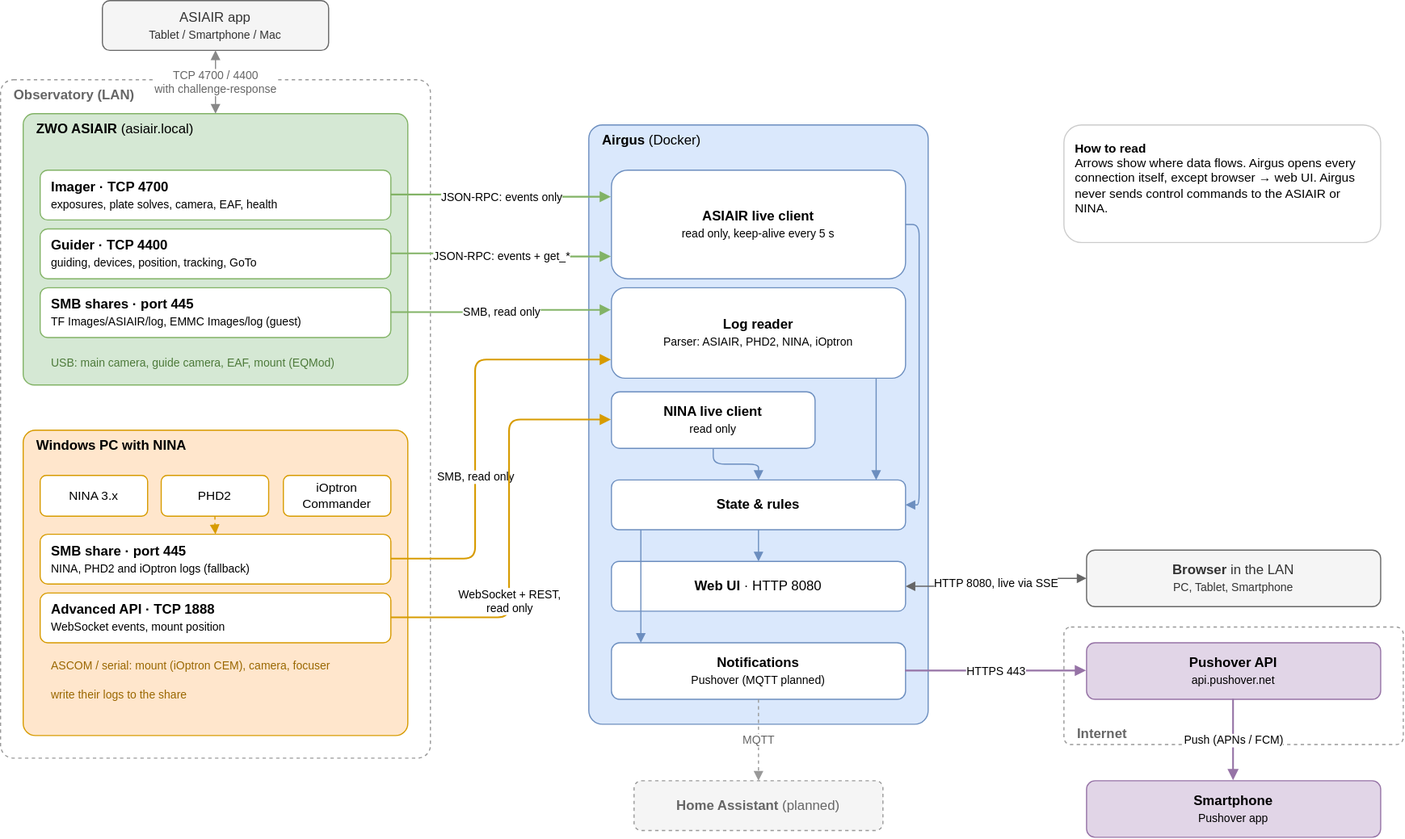
This is docs/airgus-connections.drawio.svg from Trickx/Airgus, a draw.io export, as it was before one commit. Source tidied: cells renumbered, new cells last; positions are measured from the earlier drawing's top-left corner, leaving out a move shared by most shapes.
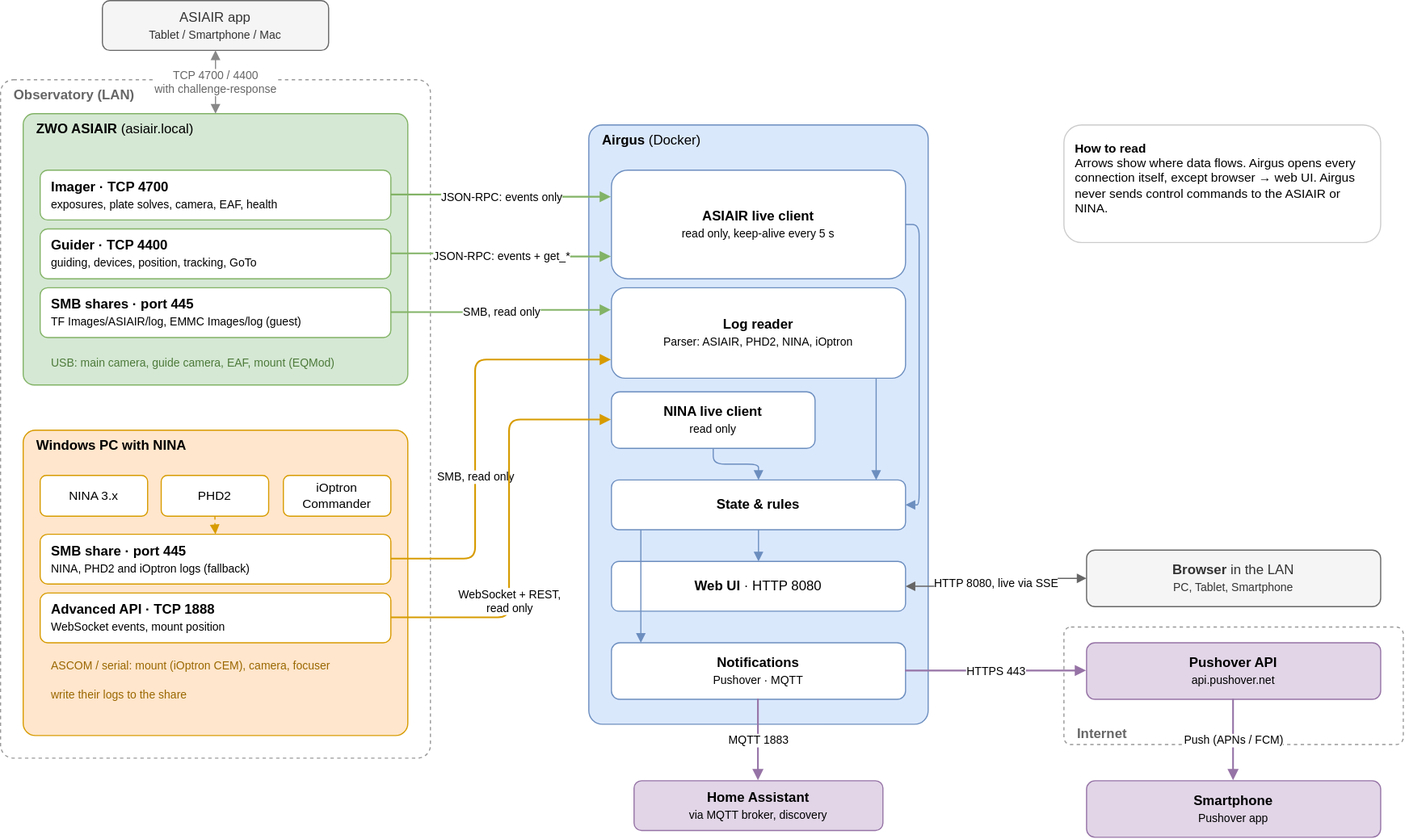
After the commit.

Commit message:
Home Assistant via MQTT discovery, example dashboard

Change to the diagram source:
```diff
@@ -65,7 +65,7 @@
     <mxCell id="22" value="&lt;b&gt;Web UI&lt;/b&gt; · HTTP 8080" style="rounded=1;whiteSpace=wrap;html=1;fillColor=#ffffff;strokeColor=#6c8ebf;" parent="1" vertex="1">
       <mxGeometry x="540" y="496" width="260" height="44" as="geometry" />
     </mxCell>
-    <mxCell id="23" value="&lt;b&gt;Notifications&lt;/b&gt;&lt;br&gt;&lt;font style=&quot;font-size:10px&quot;&gt;Pushover (MQTT planned)&lt;/font&gt;" style="rounded=1;whiteSpace=wrap;html=1;fillColor=#ffffff;strokeColor=#6c8ebf;" parent="1" vertex="1">
+    <mxCell id="23" value="&lt;b&gt;Notifications&lt;/b&gt;&lt;br&gt;&lt;font style=&quot;font-size:10px&quot;&gt;Pushover · MQTT&lt;/font&gt;" style="rounded=1;whiteSpace=wrap;html=1;fillColor=#ffffff;strokeColor=#6c8ebf;" parent="1" vertex="1">
       <mxGeometry x="540" y="568" width="260" height="50" as="geometry" />
     </mxCell>
     <mxCell id="24" value="&lt;b&gt;How to read&lt;/b&gt;&lt;br&gt;Arrows show where data flows. Airgus opens every connection itself, except browser → web UI. Airgus never sends control commands to the ASIAIR or NINA." style="rounded=1;whiteSpace=wrap;html=1;fillColor=#ffffff;strokeColor=#cccccc;fontSize=11;align=left;verticalAlign=top;spacing=10;" parent="1" vertex="1">
@@ -83,7 +83,7 @@
     <mxCell id="28" value="&lt;b&gt;Smartphone&lt;/b&gt;&lt;br&gt;&lt;font style=&quot;font-size:10px&quot;&gt;Pushover app&lt;/font&gt;" style="rounded=1;whiteSpace=wrap;html=1;fillColor=#e1d5e7;strokeColor=#9673a6;" parent="1" vertex="1">
       <mxGeometry x="960" y="690" width="260" height="50" as="geometry" />
     </mxCell>
-    <mxCell id="29" value="&lt;b&gt;Home Assistant&lt;/b&gt; (planned)" style="rounded=1;whiteSpace=wrap;html=1;fillColor=#f5f5f5;strokeColor=#999999;fontColor=#666666;dashed=1;" parent="1" vertex="1">
+    <mxCell id="29" value="&lt;b&gt;Home Assistant&lt;/b&gt;&lt;br&gt;&lt;font style=&quot;font-size:10px&quot;&gt;via MQTT broker, discovery&lt;/font&gt;" style="rounded=1;whiteSpace=wrap;html=1;fillColor=#e1d5e7;strokeColor=#9673a6;" parent="1" vertex="1">
       <mxGeometry x="560" y="690" width="220" height="44" as="geometry" />
     </mxCell>
     <mxCell id="30" value="TCP 4700 / 4400&lt;br&gt;with challenge-response" style="edgeStyle=orthogonalEdgeStyle;html=1;endArrow=block;startArrow=block;strokeColor=#888888;fontSize=10;fontColor=#666666;labelBackgroundColor=#ffffff;" parent="1" edge="1" source="3" target="4">
@@ -146,7 +146,7 @@
     <mxCell id="44" value="Push (APNs / FCM)" style="edgeStyle=orthogonalEdgeStyle;html=1;endArrow=block;strokeColor=#9673a6;strokeWidth=1.5;fontSize=10;labelBackgroundColor=#ffffff;" parent="1" edge="1" source="27" target="28">
       <mxGeometry relative="1" as="geometry" />
     </mxCell>
-    <mxCell id="45" value="MQTT" style="edgeStyle=orthogonalEdgeStyle;html=1;endArrow=block;strokeColor=#999999;dashed=1;fontSize=10;fontColor=#666666;labelBackgroundColor=#ffffff;" parent="1" edge="1" source="23" target="29">
+    <mxCell id="45" value="MQTT 1883" style="edgeStyle=orthogonalEdgeStyle;html=1;endArrow=block;strokeColor=#9673a6;strokeWidth=1.5;fontSize=10;labelBackgroundColor=#ffffff;" parent="1" edge="1" source="23" target="29">
       <mxGeometry relative="1" as="geometry" />
     </mxCell>
   </root>
```
